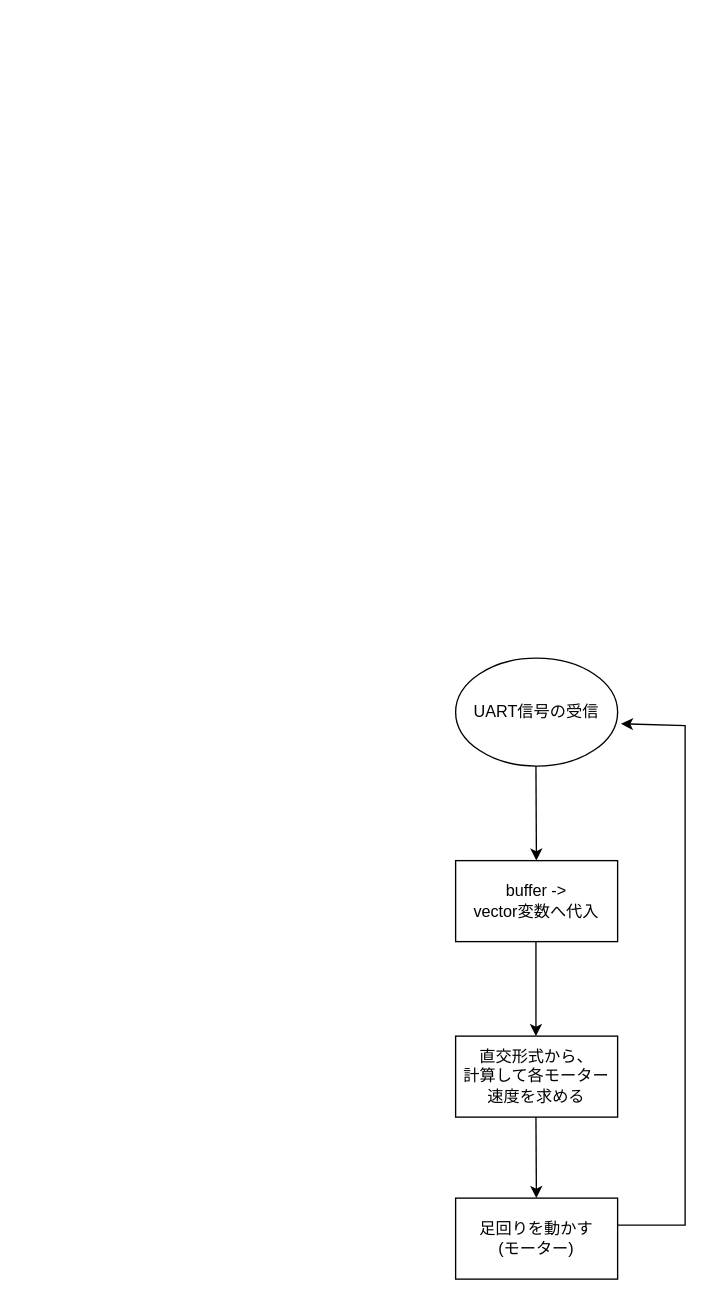
Before: flow_kourobo_2024_kaho.drawio in tutu-san/flow_matome, a draw.io diagram. Source tidied: cells renumbered, new cells numbered last; positions are measured from the earlier drawing's top-left corner, leaving out a move shared by most shapes. Both pictures are drawn from the tidied source at 135%, with x=0, y=0 at pixel (455, 657).
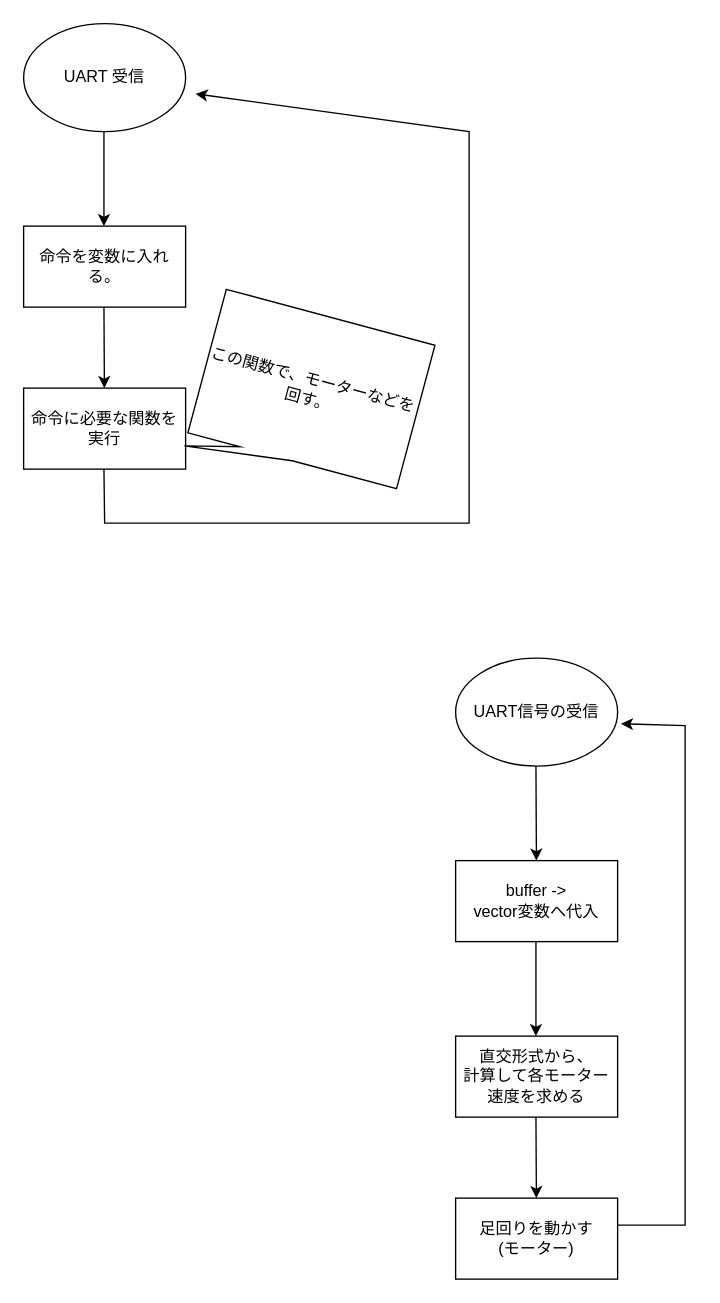
The same diagram, later.

Commit message:
flow_kourobo_2024_kaho.drawio を更新します

What changed in the source:
```diff
@@
+    <mxCell id="10" value="UART 受信" style="ellipse;whiteSpace=wrap;html=1;" parent="1" vertex="1">
+      <mxGeometry x="-320" y="-470" width="120" height="80" as="geometry" />
+    </mxCell>
+    <mxCell id="11" style="endArrow=classic;html=1;rounded=0;" parent="1" edge="1">
+      <mxGeometry relative="1" as="geometry">
+        <mxPoint x="-260.5" y="-390" as="sourcePoint" />
+        <mxPoint x="-260.5" y="-320" as="targetPoint" />
+      </mxGeometry>
+    </mxCell>
+    <mxCell id="12" value="命令を変数に入れる。" style="rounded=0;whiteSpace=wrap;html=1;" parent="1" vertex="1">
+      <mxGeometry x="-320" y="-320" width="120" height="60" as="geometry" />
+    </mxCell>
+    <mxCell id="13" style="endArrow=classic;html=1;rounded=0;" parent="1" edge="1" target="14">
+      <mxGeometry relative="1" as="geometry">
+        <mxPoint x="-260.5" y="-260" as="sourcePoint" />
+      </mxGeometry>
+    </mxCell>
+    <mxCell id="14" value="命令に必要な関数を実行" style="rounded=0;whiteSpace=wrap;html=1;" parent="1" vertex="1">
+      <mxGeometry x="-320" y="-200" width="120" height="60" as="geometry" />
+    </mxCell>
+    <mxCell id="15" value="この関数で、モーターなどを回す。" style="shape=callout;whiteSpace=wrap;html=1;perimeter=calloutPerimeter;position2=0;size=10;position=0.25;base=40;rotation=15;" parent="1" vertex="1">
+      <mxGeometry x="-188.1" y="-254.5" width="160" height="120" as="geometry" />
+    </mxCell>
+    <mxCell id="16" style="endArrow=classic;html=1;rounded=0;entryX=1.061;entryY=0.65;entryDx=0;entryDy=0;entryPerimeter=0;" parent="1" edge="1" target="10">
+      <mxGeometry relative="1" as="geometry">
+        <mxPoint x="-260.5" y="-140" as="sourcePoint" />
+        <Array as="points">
+          <mxPoint x="-260" y="-100" />
+          <mxPoint x="10" y="-100" />
+          <mxPoint x="10" y="-390" />
+        </Array>
+      </mxGeometry>
+    </mxCell>
```
